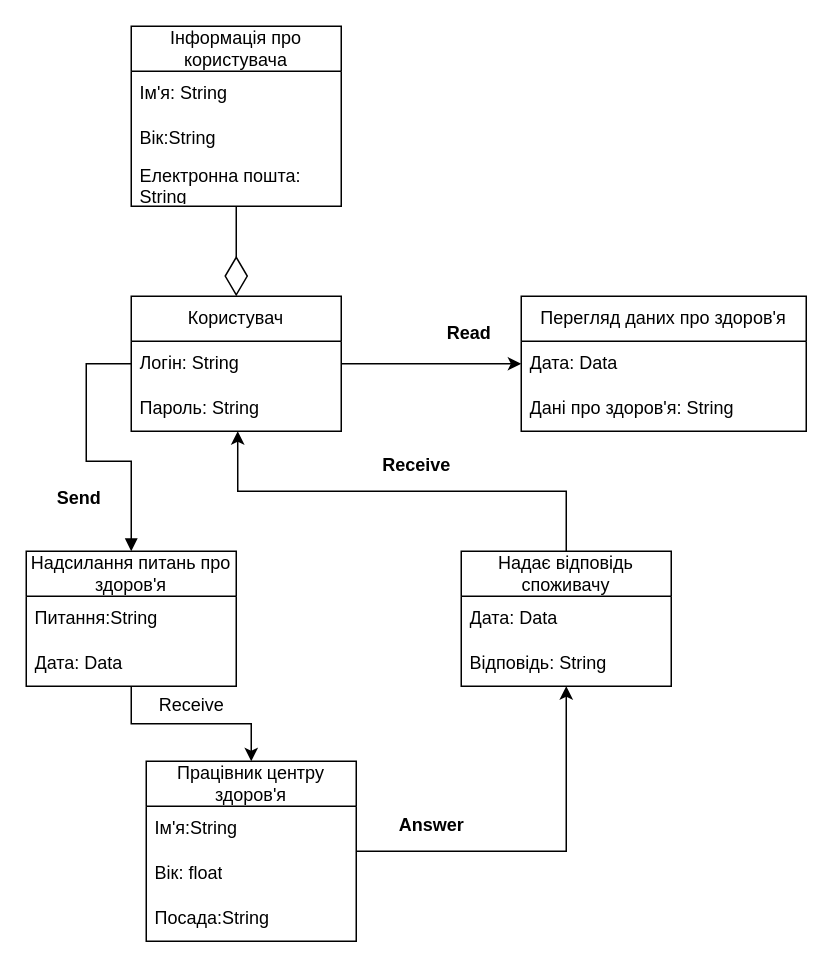
oleksandrblazhko/ai-215-lisishin keeps this draw.io diagram as 2-SoftwareDesign/2.1-UMLConceptClasses/UML.drawio. Above is the earlier version. Source tidied: cells renumbered, new cells numbered last; positions are measured from the earlier drawing's top-left corner, leaving out a move shared by most shapes. Both pictures are drawn from the tidied source at 150%, with x=0, y=0 at pixel (26, 26).
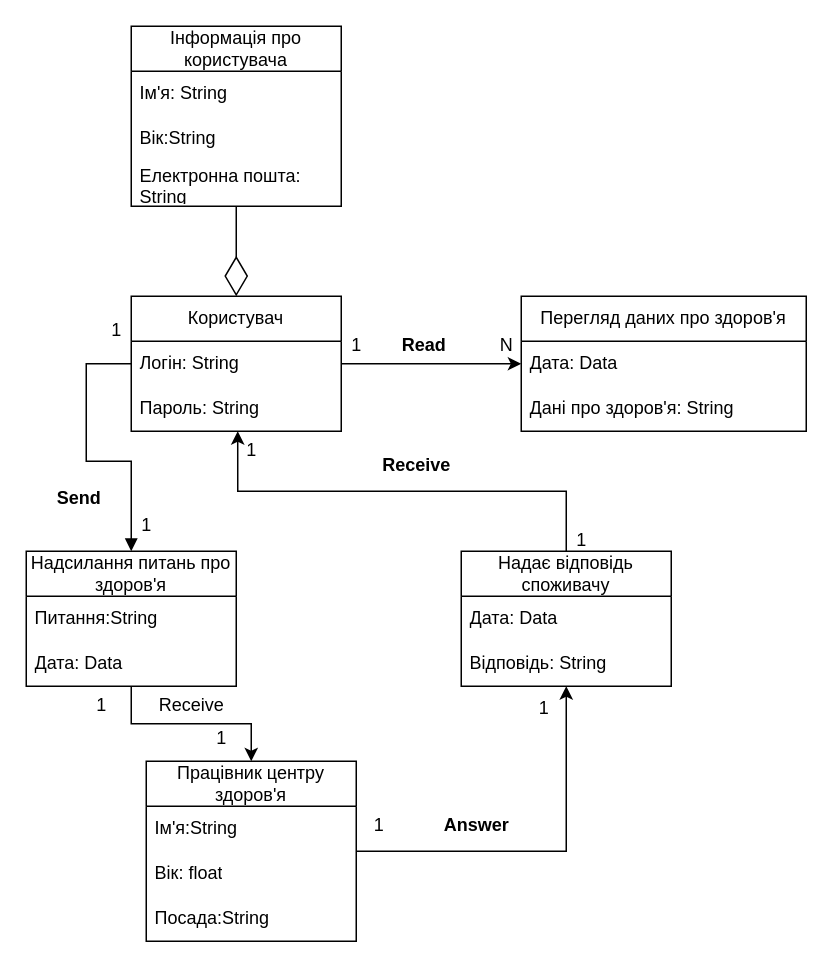
The same diagram, later.

Diff of the diagram source:
```diff
@@
     <mxCell id="26" value="&lt;b&gt;Read&lt;br&gt;&lt;/b&gt;" style="text;html=1;align=center;verticalAlign=middle;strokeColor=none;fillColor=none;" parent="1" vertex="1">
-      <mxGeometry x="270" y="190" width="50" height="30" as="geometry" />
+      <mxGeometry x="240" y="198" width="50" height="30" as="geometry" />
     </mxCell>
@@
     <mxCell id="29" value="&lt;b&gt;Answer&lt;/b&gt;" style="text;html=1;align=center;verticalAlign=middle;strokeColor=none;fillColor=none;" parent="1" vertex="1">
-      <mxGeometry x="235" y="518" width="70" height="30" as="geometry" />
+      <mxGeometry x="265" y="518" width="70" height="30" as="geometry" />
     </mxCell>
@@
+    <mxCell id="33" value="1" style="text;html=1;align=center;verticalAlign=middle;strokeColor=none;fillColor=none;" parent="1" vertex="1">
+      <mxGeometry x="330" y="440" width="30" height="30" as="geometry" />
+    </mxCell>
+    <mxCell id="34" value="1" style="text;html=1;align=center;verticalAlign=middle;strokeColor=none;fillColor=none;" parent="1" vertex="1">
+      <mxGeometry x="220" y="518" width="30" height="30" as="geometry" />
+    </mxCell>
+    <mxCell id="35" value="1" style="text;html=1;align=center;verticalAlign=middle;strokeColor=none;fillColor=none;" parent="1" vertex="1">
+      <mxGeometry x="35" y="438" width="30" height="30" as="geometry" />
+    </mxCell>
+    <mxCell id="36" value="1" style="text;html=1;align=center;verticalAlign=middle;strokeColor=none;fillColor=none;" parent="1" vertex="1">
+      <mxGeometry x="115" y="460" width="30" height="30" as="geometry" />
+    </mxCell>
+    <mxCell id="37" value="1" style="text;html=1;align=center;verticalAlign=middle;strokeColor=none;fillColor=none;" parent="1" vertex="1">
+      <mxGeometry x="355" y="328" width="30" height="30" as="geometry" />
+    </mxCell>
+    <mxCell id="38" value="1" style="text;html=1;align=center;verticalAlign=middle;strokeColor=none;fillColor=none;" parent="1" vertex="1">
+      <mxGeometry x="135" y="268" width="30" height="30" as="geometry" />
+    </mxCell>
+    <mxCell id="39" value="1" style="text;html=1;align=center;verticalAlign=middle;strokeColor=none;fillColor=none;" parent="1" vertex="1">
+      <mxGeometry x="65" y="318" width="30" height="30" as="geometry" />
+    </mxCell>
+    <mxCell id="40" value="1" style="text;html=1;align=center;verticalAlign=middle;strokeColor=none;fillColor=none;" parent="1" vertex="1">
+      <mxGeometry x="45" y="188" width="30" height="30" as="geometry" />
+    </mxCell>
+    <mxCell id="41" value="1" style="text;html=1;align=center;verticalAlign=middle;strokeColor=none;fillColor=none;" parent="1" vertex="1">
+      <mxGeometry x="205" y="198" width="30" height="30" as="geometry" />
+    </mxCell>
+    <mxCell id="42" value="N" style="text;html=1;align=center;verticalAlign=middle;strokeColor=none;fillColor=none;" parent="1" vertex="1">
+      <mxGeometry x="305" y="198" width="30" height="30" as="geometry" />
+    </mxCell>
```
